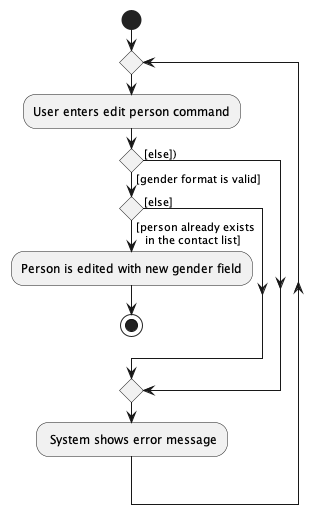
nus-cs2103-AY2223S1/tp keeps this PlantUML diagram as docs/images/EditPersonActivityDiagram.png. Above is the earlier version.
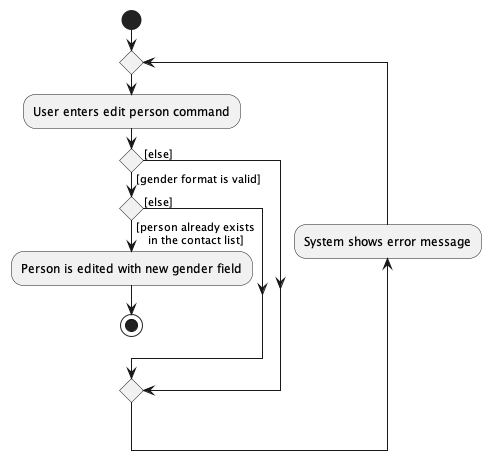
The same diagram one commit later.

Commit message:
Update activity diagrams

Change to the diagram source:
```diff
@@ -4,13 +4,13 @@
 :User enters edit person command;
   if () then ([gender format is valid])
     if () then ([person already exists
-   in the contact list])
+    in the contact list])
       :Person is edited with new gender field;
       stop
     else ([else])
     endif
-  else ([else]))
+  else ([else])
   endif
-: System shows error message;
+backward :System shows error message;
 repeat while;
 @enduml
```
